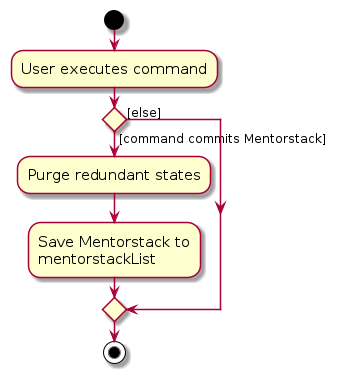
This is diagrams/CommitActivityDiagram.png from AY2425S2-CS2103-W11-1/tp, a PlantUML export, as it was before one commit. Its source is kept beside it as diagrams/CommitActivityDiagram.puml.
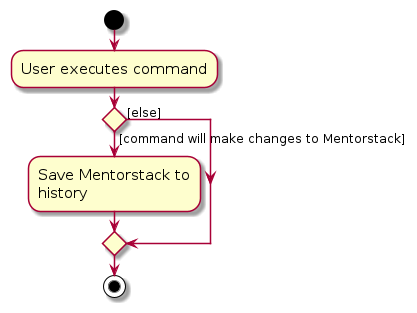
After the change.

The edit, as a diff of the source:
```diff
@@ -6,10 +6,9 @@
 :User executes command;
 
 
-if () then ([command commits Mentorstack])
-    :Purge redundant states;
+if () then ([command will make changes to Mentorstack])
     :Save Mentorstack to
-    mentorstackList;
+    history;
 else ([else])
 endif
 stop
```
